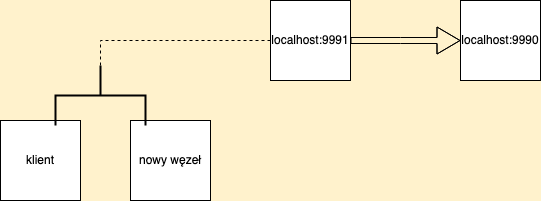
jagiellom/SKJ_TCPUDP keeps this draw.io diagram as Diagram.drawio.png. Above is the earlier version. Source tidied: cells renumbered, new cells last; positions are measured from the earlier drawing's top-left corner, leaving out a move shared by most shapes.
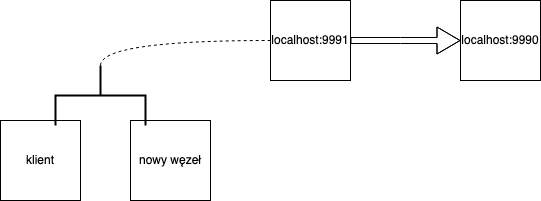
After the change.

The edit, as a diff of the source:
```diff
@@ -1,4 +1,4 @@
-<mxGraphModel background="#FFF2CC">
+<mxGraphModel>
   <root>
     <mxCell id="0" />
     <mxCell id="1" parent="0" />
@@ -8,7 +8,7 @@
     <mxCell id="3" value="&lt;div&gt;localhost:9991&lt;/div&gt;" style="whiteSpace=wrap;html=1;" parent="1" vertex="1">
       <mxGeometry x="270" width="80" height="80" as="geometry" />
     </mxCell>
-    <mxCell id="4" style="shape=flexArrow;endArrow=classic;html=1;rounded=0;edgeStyle=orthogonalEdgeStyle;width=6;endSize=7.33;entryX=0;entryY=0.5;entryDx=0;entryDy=0;exitX=1;exitY=0.5;exitDx=0;exitDy=0;" parent="1" edge="1" source="3" target="2">
+    <mxCell id="4" style="shape=flexArrow;endArrow=classic;html=1;edgeStyle=orthogonalEdgeStyle;width=6;endSize=7.33;entryX=0;entryY=0.5;entryDx=0;entryDy=0;exitX=1;exitY=0.5;exitDx=0;exitDy=0;curved=1;" parent="1" edge="1" source="3" target="2">
       <mxGeometry relative="1" as="geometry">
         <Array as="points">
           <mxPoint x="400" y="40" />
@@ -16,7 +16,7 @@
         </Array>
       </mxGeometry>
     </mxCell>
-    <mxCell id="5" style="endArrow=none;dashed=1;html=1;rounded=0;edgeStyle=orthogonalEdgeStyle;entryX=0;entryY=0.5;entryDx=0;entryDy=0;exitX=0;exitY=0.5;exitDx=0;exitDy=0;exitPerimeter=0;" parent="1" edge="1" source="8" target="3">
+    <mxCell id="5" style="endArrow=none;dashed=1;html=1;edgeStyle=orthogonalEdgeStyle;entryX=0;entryY=0.5;entryDx=0;entryDy=0;exitX=0;exitY=0.5;exitDx=0;exitDy=0;exitPerimeter=0;curved=1;" parent="1" edge="1" source="8" target="3">
       <mxGeometry relative="1" as="geometry" />
     </mxCell>
     <mxCell id="6" value="klient" style="whiteSpace=wrap;html=1;" parent="1" vertex="1">
```
